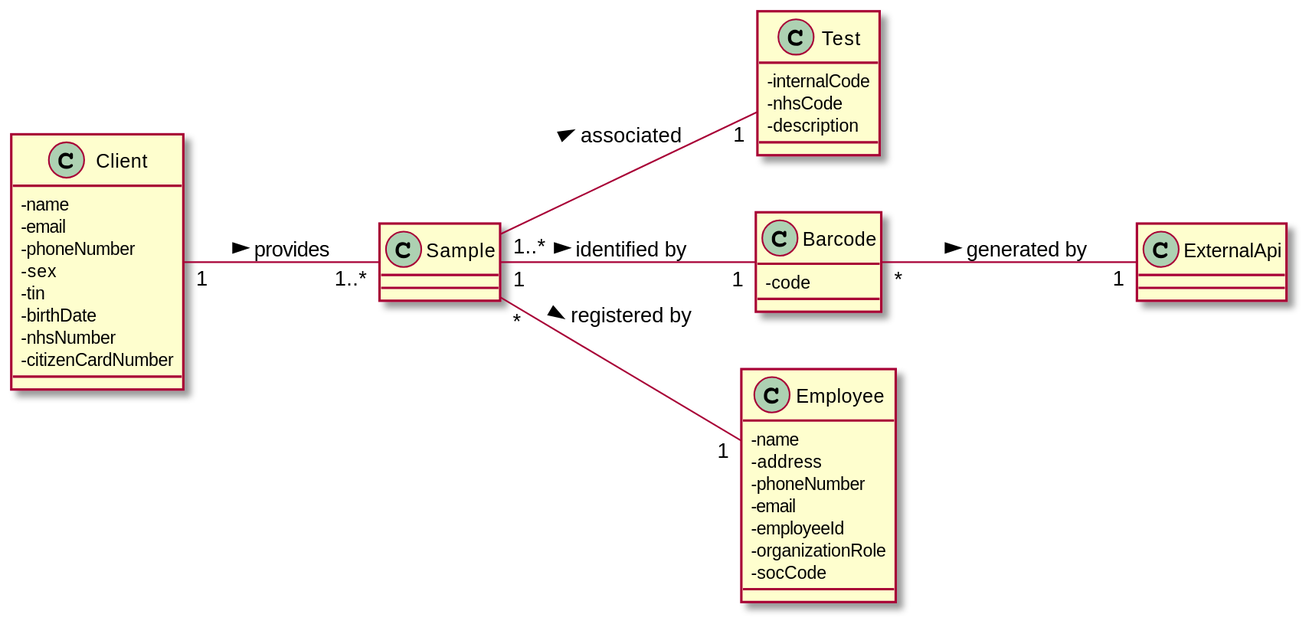
This is docs/SprintC/US05/US05_DM.svg from manu-07-ela/LAPR2_ISEP, a PlantUML export, as it was before one commit.
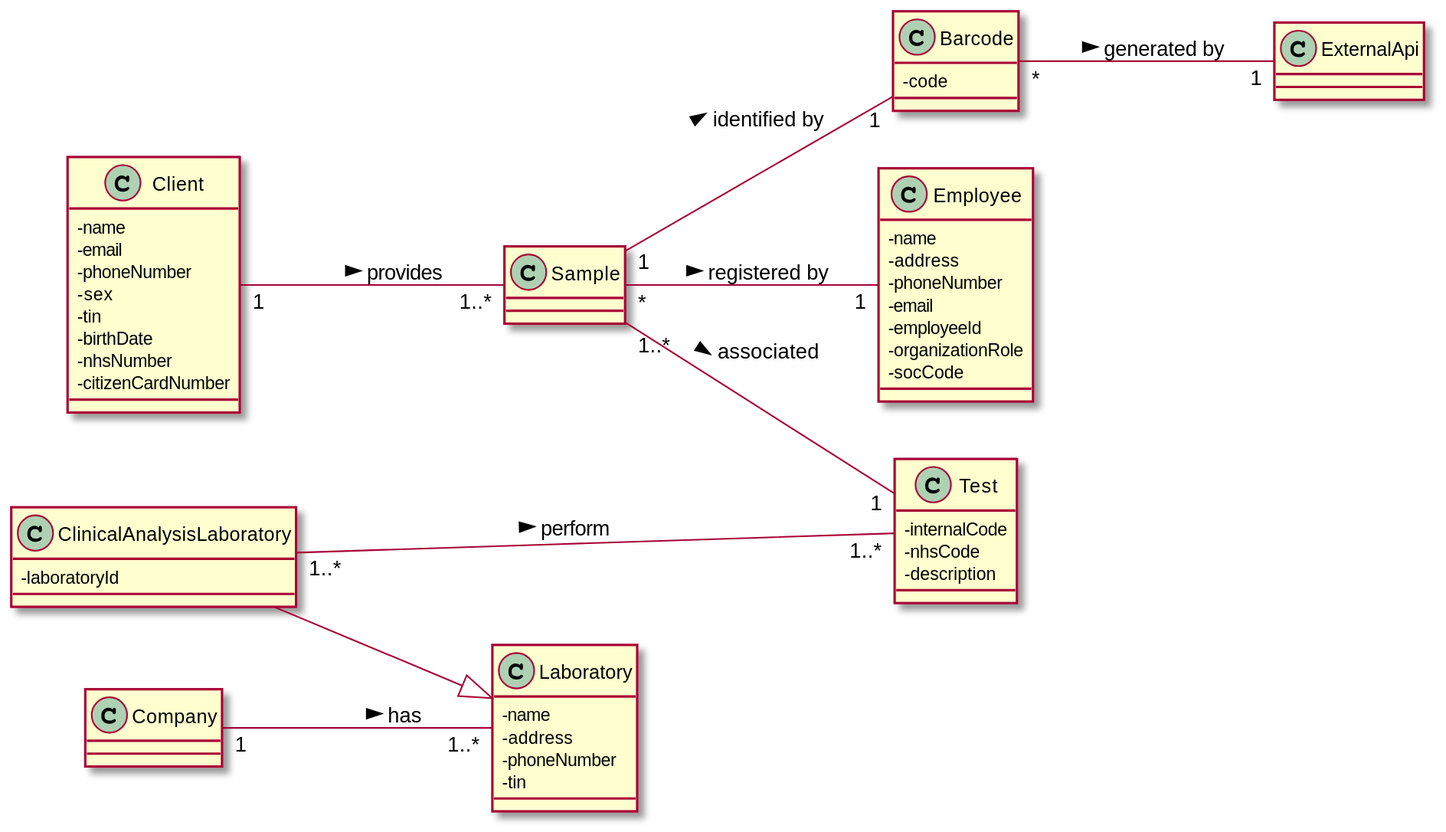
After the change.

What changed in the source:
```diff
@@ -34,11 +34,22 @@
 -organizationRole
 -socCode
 }
+class Laboratory{
+-name
+-address
+-phoneNumber
+-tin
+}
+
+class ClinicalAnalysisLaboratory{
+-laboratoryId
+}
 
 
 
-
-
+ClinicalAnalysisLaboratory --|> Laboratory
+ClinicalAnalysisLaboratory "1..*"---"1..*" Test : perform >
+Company "1"--"1..*" Laboratory : has >
 Sample "1..*"--"1" Test : associated >
 Sample "1"--"1" Barcode : identified by >
 Sample "*"--"1" Employee : registered by >
```
